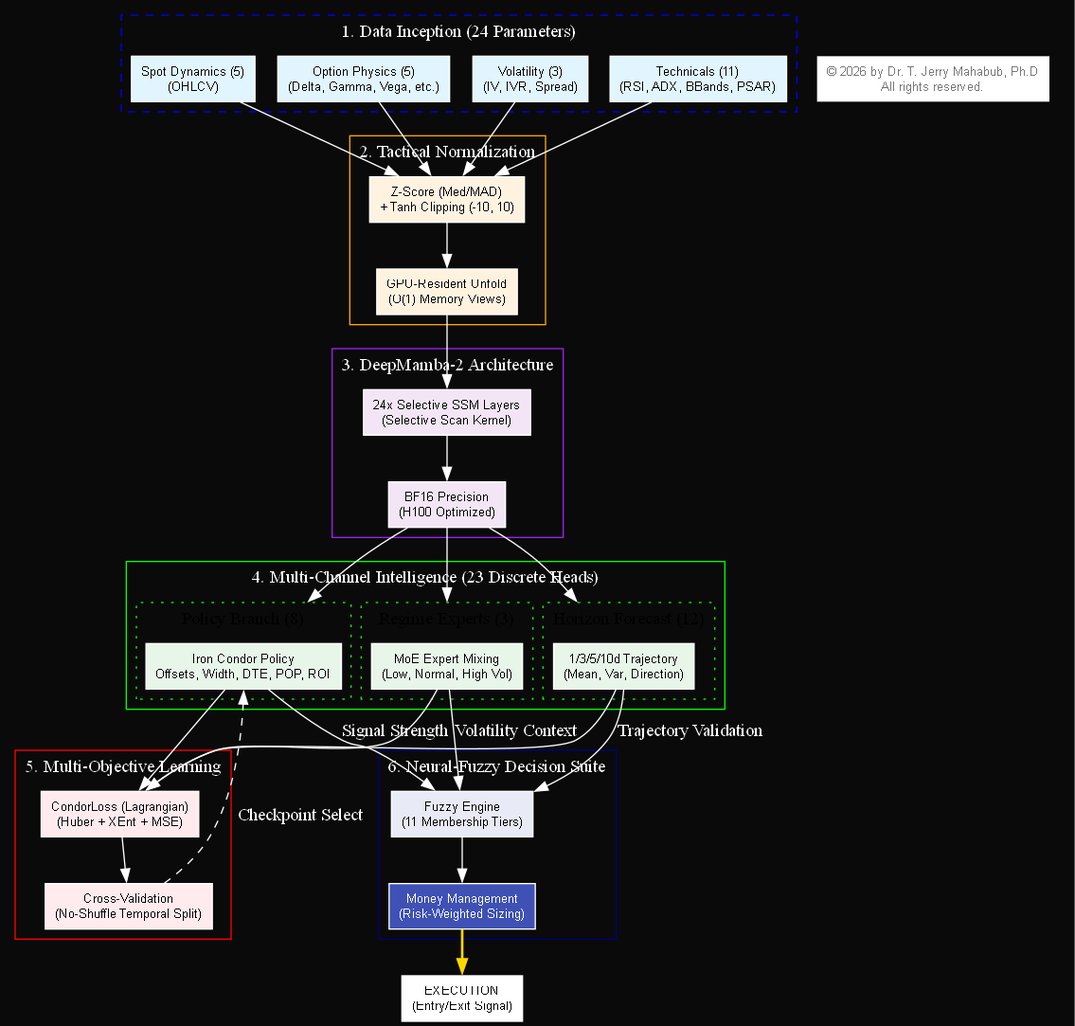
Earlier version of the Graphviz export docs/architecture/condor_intelligence_flow.png (trextrader/spy-iron-condor-trading). Its source is kept beside it as docs/architecture/condor_intelligence_flow.dot.
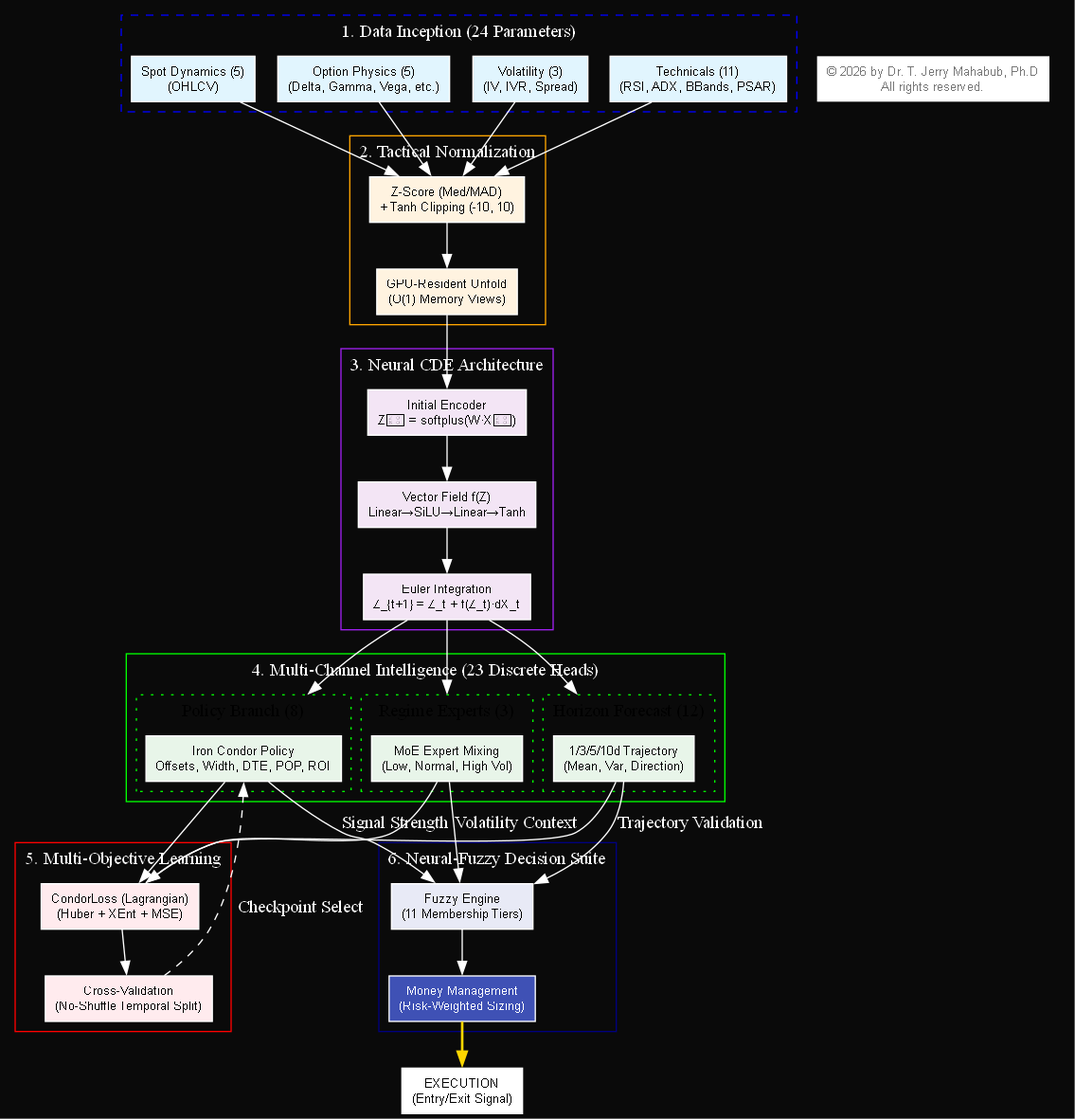
Later version of the same file.

The edit, as a diff of the source:
```diff
@@ -26,11 +26,12 @@
     }
 
     subgraph cluster_backbone {
-        label = "3. DeepMamba-2 Architecture";
+        label = "3. Neural CDE Architecture";
         fontcolor="white";
         color = purple;
-        mamba_layers [label="24x Selective SSM Layers\n(Selective Scan Kernel)", fillcolor="#f3e5f5"];
-        bf16 [label="BF16 Precision\n(H100 Optimized)", fillcolor="#f3e5f5"];
+        cde_encoder [label="Initial Encoder\nZ₀ = softplus(W·X₀)", fillcolor="#f3e5f5"];
+        cde_vecfield [label="Vector Field f(Z)\nLinear→SiLU→Linear→Tanh", fillcolor="#f3e5f5"];
+        cde_euler [label="Euler Integration\nZ_{t+1} = Z_t + f(Z_t)·dX_t", fillcolor="#f3e5f5"];
     }
 
     subgraph cluster_heads {
@@ -82,12 +83,13 @@
     input_tech -> norm;
 
     norm -> gpu_unfold;
-    gpu_unfold -> mamba_layers;
-    mamba_layers -> bf16;
+    gpu_unfold -> cde_encoder;
+    cde_encoder -> cde_vecfield;
+    cde_vecfield -> cde_euler;
 
-    bf16 -> head_ic [lhead=cluster_policy];
-    bf16 -> head_moe [lhead=cluster_regime];
-    bf16 -> head_price [lhead=cluster_horizon];
+    cde_euler -> head_ic [lhead=cluster_policy];
+    cde_euler -> head_moe [lhead=cluster_regime];
+    cde_euler -> head_price [lhead=cluster_horizon];
 
     head_ic -> loss;
     head_moe -> loss;
```
